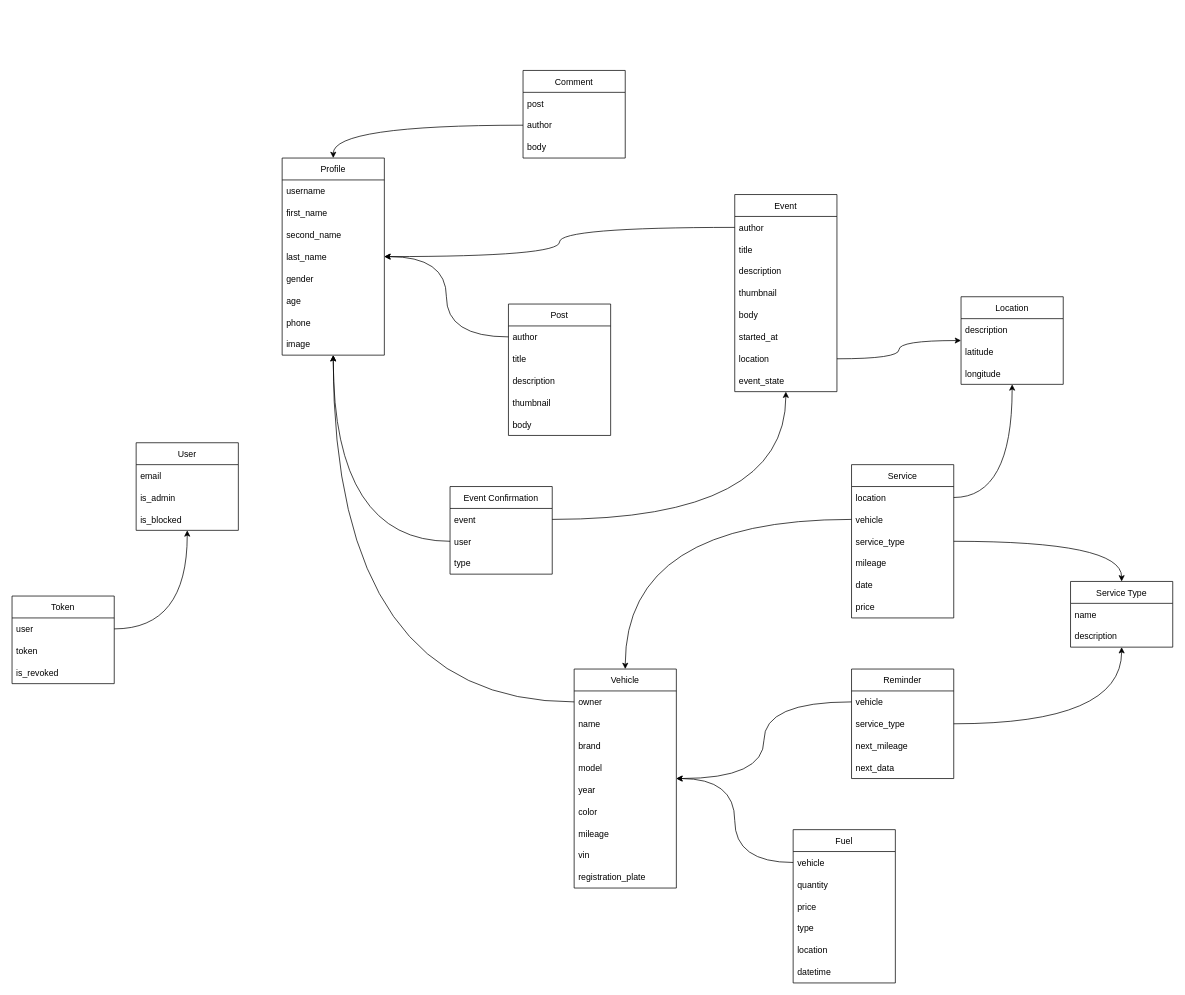
Above: page "domain models" (2 of 2) of schema.drawio in jadjer/mores (draw.io), before the change. Source tidied: cells renumbered, new cells numbered last; positions are measured from the earlier drawing's top-left corner, leaving out a move shared by most shapes. Both pictures are drawn from the tidied source at 73%, with x=0, y=0 at pixel (12, 70).
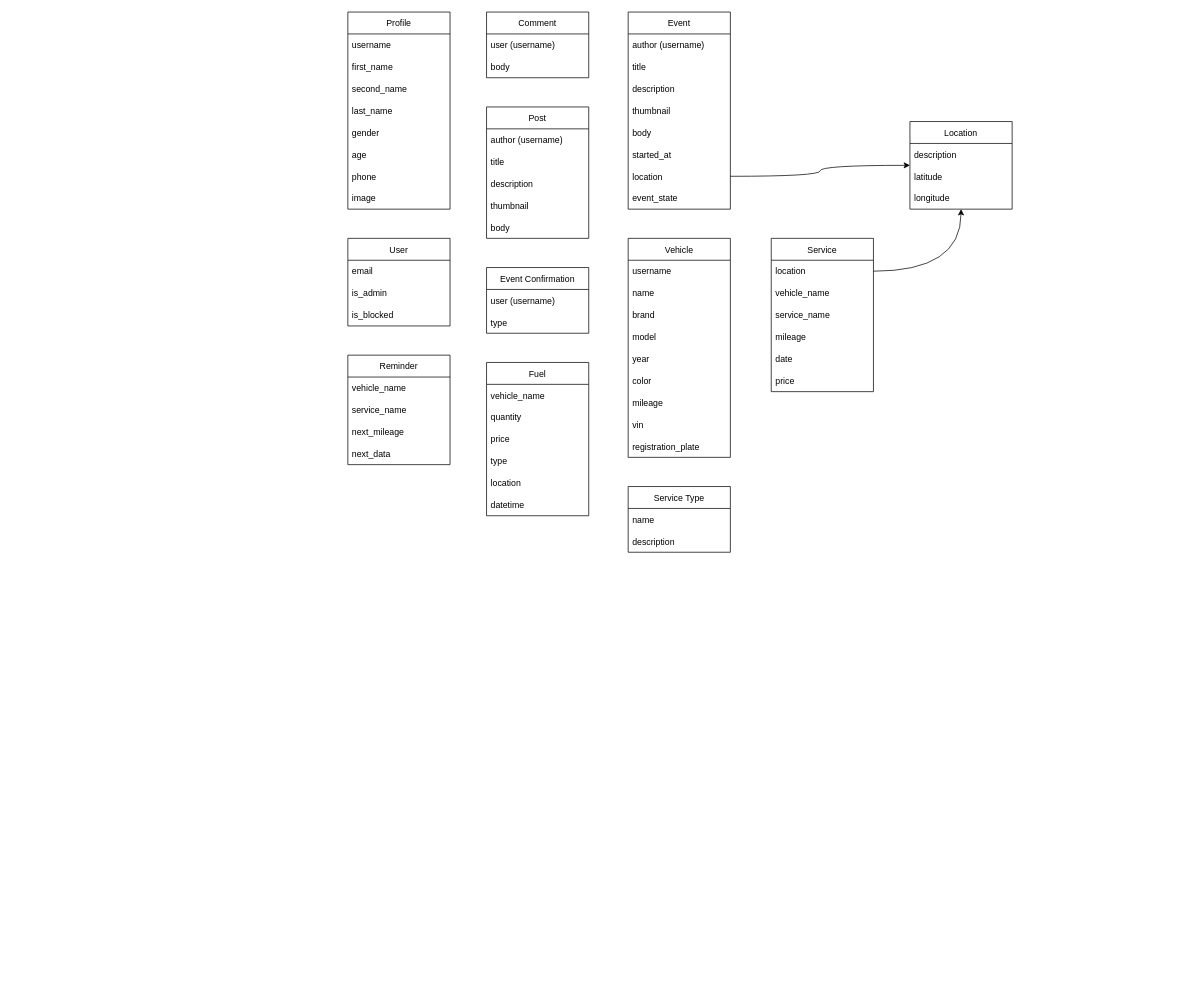
The same diagram, later.

The edit, as a diff of the source:
```diff
@@
     <mxCell id="2" value="User" style="swimlane;fontStyle=0;horizontal=1;startSize=30;" parent="1" vertex="1">
-      <mxGeometry x="170" y="510" width="140" height="120" as="geometry" />
+      <mxGeometry x="460" y="230" width="140" height="120" as="geometry" />
     </mxCell>
@@
     <mxCell id="6" value="Profile" style="swimlane;fontStyle=0;horizontal=1;startSize=30;" parent="1" vertex="1">
-      <mxGeometry x="370" y="120" width="140" height="270" as="geometry" />
+      <mxGeometry x="460" y="-80" width="140" height="270" as="geometry" />
     </mxCell>
@@
     <mxCell id="15" value="Comment" style="swimlane;fontStyle=0;horizontal=1;startSize=30;" parent="1" vertex="1">
-      <mxGeometry x="700" width="140" height="120" as="geometry" />
+      <mxGeometry x="650" y="-80" width="140" height="90" as="geometry" />
     </mxCell>
-    <mxCell id="16" value="post" style="text;strokeColor=none;fillColor=none;align=left;verticalAlign=middle;spacingLeft=4;spacingRight=4;overflow=hidden;" parent="15" vertex="1">
-      <mxGeometry y="30" width="140" height="30" as="geometry" />
-    </mxCell>
-    <mxCell id="17" value="author" style="text;strokeColor=none;fillColor=none;align=left;verticalAlign=middle;spacingLeft=4;spacingRight=4;overflow=hidden;points=[[0,0.5],[1,0.5]];portConstraint=eastwest;" parent="15" vertex="1">
-      <mxGeometry y="60" width="140" height="30" as="geometry" />
+    <mxCell id="17" value="user (username)" style="text;strokeColor=none;fillColor=none;align=left;verticalAlign=middle;spacingLeft=4;spacingRight=4;overflow=hidden;points=[[0,0.5],[1,0.5]];portConstraint=eastwest;" parent="15" vertex="1">
+      <mxGeometry y="30" width="140" height="30" as="geometry" />
     </mxCell>
     <mxCell id="18" value="body" style="text;strokeColor=none;fillColor=none;align=left;verticalAlign=middle;spacingLeft=4;spacingRight=4;overflow=hidden;" parent="15" vertex="1">
-      <mxGeometry y="90" width="140" height="30" as="geometry" />
+      <mxGeometry y="60" width="140" height="30" as="geometry" />
     </mxCell>
-    <mxCell id="19" style="edgeStyle=orthogonalEdgeStyle;rounded=0;jettySize=auto;html=1;curved=1;" parent="1" edge="1" source="17" target="6">
-      <mxGeometry relative="1" as="geometry" />
-    </mxCell>
     <mxCell id="20" value="Post" style="swimlane;fontStyle=0;horizontal=1;startSize=30;" parent="1" vertex="1">
-      <mxGeometry x="680" y="320" width="140" height="180" as="geometry" />
+      <mxGeometry x="650" y="50" width="140" height="180" as="geometry" />
     </mxCell>
-    <mxCell id="21" value="author" style="text;strokeColor=none;fillColor=none;align=left;verticalAlign=middle;spacingLeft=4;spacingRight=4;overflow=hidden;points=[[0,0.5],[1,0.5]];portConstraint=eastwest;" parent="20" vertex="1">
+    <mxCell id="21" value="author (username)" style="text;strokeColor=none;fillColor=none;align=left;verticalAlign=middle;spacingLeft=4;spacingRight=4;overflow=hidden;points=[[0,0.5],[1,0.5]];portConstraint=eastwest;" parent="20" vertex="1">
       <mxGeometry y="30" width="140" height="30" as="geometry" />
     </mxCell>
@@
-    <mxCell id="26" style="edgeStyle=orthogonalEdgeStyle;rounded=0;jettySize=auto;html=1;curved=1;" parent="1" edge="1" source="21" target="6">
-      <mxGeometry relative="1" as="geometry" />
-    </mxCell>
     <mxCell id="27" value="Event" style="swimlane;fontStyle=0;horizontal=1;startSize=30;" parent="1" vertex="1">
-      <mxGeometry x="990" y="170" width="140" height="270" as="geometry" />
+      <mxGeometry x="844" y="-80" width="140" height="270" as="geometry" />
     </mxCell>
-    <mxCell id="28" value="author" style="text;strokeColor=none;fillColor=none;align=left;verticalAlign=middle;spacingLeft=4;spacingRight=4;overflow=hidden;points=[[0,0.5],[1,0.5]];portConstraint=eastwest;" parent="27" vertex="1">
+    <mxCell id="28" value="author (username)" style="text;strokeColor=none;fillColor=none;align=left;verticalAlign=middle;spacingLeft=4;spacingRight=4;overflow=hidden;points=[[0,0.5],[1,0.5]];portConstraint=eastwest;" parent="27" vertex="1">
       <mxGeometry y="30" width="140" height="30" as="geometry" />
     </mxCell>
@@
-    <mxCell id="36" style="edgeStyle=orthogonalEdgeStyle;curved=1;rounded=0;jettySize=auto;html=1;" parent="1" edge="1" source="28" target="6">
-      <mxGeometry relative="1" as="geometry" />
-    </mxCell>
     <mxCell id="37" value="Location" style="swimlane;fontStyle=0;horizontal=1;startSize=30;" parent="1" vertex="1">
-      <mxGeometry x="1300" y="310" width="140" height="120" as="geometry" />
+      <mxGeometry x="1230" y="70" width="140" height="120" as="geometry" />
     </mxCell>
@@
     <mxCell id="42" value="Event Confirmation" style="swimlane;fontStyle=0;horizontal=1;startSize=30;" parent="1" vertex="1">
-      <mxGeometry x="600" y="570" width="140" height="120" as="geometry" />
+      <mxGeometry x="650" y="270" width="140" height="90" as="geometry" />
     </mxCell>
-    <mxCell id="43" value="event" style="text;strokeColor=none;fillColor=none;align=left;verticalAlign=middle;spacingLeft=4;spacingRight=4;overflow=hidden;points=[[0,0.5],[1,0.5]];portConstraint=eastwest;" parent="42" vertex="1">
-      <mxGeometry y="30" width="140" height="30" as="geometry" />
-    </mxCell>
-    <mxCell id="44" value="user" style="text;strokeColor=none;fillColor=none;align=left;verticalAlign=middle;spacingLeft=4;spacingRight=4;overflow=hidden;points=[[0,0.5],[1,0.5]];portConstraint=eastwest;" parent="42" vertex="1">
-      <mxGeometry y="60" width="140" height="30" as="geometry" />
+    <mxCell id="44" value="user (username)" style="text;strokeColor=none;fillColor=none;align=left;verticalAlign=middle;spacingLeft=4;spacingRight=4;overflow=hidden;points=[[0,0.5],[1,0.5]];portConstraint=eastwest;" parent="42" vertex="1">
+      <mxGeometry y="30" width="140" height="30" as="geometry" />
     </mxCell>
     <mxCell id="45" value="type" style="text;strokeColor=none;fillColor=none;align=left;verticalAlign=middle;spacingLeft=4;spacingRight=4;overflow=hidden;" parent="42" vertex="1">
-      <mxGeometry y="90" width="140" height="30" as="geometry" />
+      <mxGeometry y="60" width="140" height="30" as="geometry" />
     </mxCell>
-    <mxCell id="46" style="edgeStyle=orthogonalEdgeStyle;curved=1;rounded=0;jettySize=auto;html=1;" parent="1" edge="1" source="44" target="6">
-      <mxGeometry relative="1" as="geometry" />
-    </mxCell>
-    <mxCell id="47" style="edgeStyle=orthogonalEdgeStyle;curved=1;rounded=0;jettySize=auto;html=1;exitX=1;exitY=0.5;exitDx=0;exitDy=0;" parent="1" edge="1" source="43" target="27">
-      <mxGeometry relative="1" as="geometry" />
-    </mxCell>
     <mxCell id="48" value="Fuel" style="swimlane;fontStyle=0;horizontal=1;startSize=30;" parent="1" vertex="1">
-      <mxGeometry x="1070" y="1040" width="140" height="210" as="geometry" />
+      <mxGeometry x="650" y="400" width="140" height="210" as="geometry" />
     </mxCell>
-    <mxCell id="49" value="vehicle" style="text;strokeColor=none;fillColor=none;align=left;verticalAlign=middle;spacingLeft=4;spacingRight=4;overflow=hidden;points=[[0,0.5],[1,0.5]];portConstraint=eastwest;" parent="48" vertex="1">
+    <mxCell id="49" value="vehicle_name" style="text;strokeColor=none;fillColor=none;align=left;verticalAlign=middle;spacingLeft=4;spacingRight=4;overflow=hidden;points=[[0,0.5],[1,0.5]];portConstraint=eastwest;" parent="48" vertex="1">
       <mxGeometry y="30" width="140" height="30" as="geometry" />
     </mxCell>
@@
     <mxCell id="55" value="Vehicle" style="swimlane;fontStyle=0;horizontal=1;startSize=30;" parent="1" vertex="1">
-      <mxGeometry x="770" y="820" width="140" height="300" as="geometry" />
+      <mxGeometry x="844" y="230" width="140" height="300" as="geometry" />
     </mxCell>
-    <mxCell id="56" value="owner" style="text;strokeColor=none;fillColor=none;align=left;verticalAlign=middle;spacingLeft=4;spacingRight=4;overflow=hidden;points=[[0,0.5],[1,0.5]];portConstraint=eastwest;" parent="55" vertex="1">
+    <mxCell id="56" value="username" style="text;strokeColor=none;fillColor=none;align=left;verticalAlign=middle;spacingLeft=4;spacingRight=4;overflow=hidden;points=[[0,0.5],[1,0.5]];portConstraint=eastwest;" parent="55" vertex="1">
       <mxGeometry y="30" width="140" height="30" as="geometry" />
     </mxCell>
@@
-    <mxCell id="65" style="edgeStyle=orthogonalEdgeStyle;curved=1;rounded=0;jettySize=auto;html=1;" parent="1" edge="1" source="56" target="6">
-      <mxGeometry relative="1" as="geometry" />
-    </mxCell>
-    <mxCell id="66" style="edgeStyle=orthogonalEdgeStyle;curved=1;rounded=0;jettySize=auto;html=1;" parent="1" edge="1" source="49" target="55">
-      <mxGeometry relative="1" as="geometry" />
-    </mxCell>
     <mxCell id="67" value="Reminder" style="swimlane;fontStyle=0;horizontal=1;startSize=30;" parent="1" vertex="1">
-      <mxGeometry x="1150" y="820" width="140" height="150" as="geometry" />
+      <mxGeometry x="460" y="390" width="140" height="150" as="geometry" />
     </mxCell>
-    <mxCell id="68" value="vehicle" style="text;strokeColor=none;fillColor=none;align=left;verticalAlign=middle;spacingLeft=4;spacingRight=4;overflow=hidden;points=[[0,0.5],[1,0.5]];portConstraint=eastwest;" parent="67" vertex="1">
+    <mxCell id="68" value="vehicle_name" style="text;strokeColor=none;fillColor=none;align=left;verticalAlign=middle;spacingLeft=4;spacingRight=4;overflow=hidden;points=[[0,0.5],[1,0.5]];portConstraint=eastwest;" parent="67" vertex="1">
       <mxGeometry y="30" width="140" height="30" as="geometry" />
     </mxCell>
-    <mxCell id="69" value="service_type" style="text;strokeColor=none;fillColor=none;align=left;verticalAlign=middle;spacingLeft=4;spacingRight=4;overflow=hidden;points=[[0,0.5],[1,0.5]];portConstraint=eastwest;" parent="67" vertex="1">
+    <mxCell id="69" value="service_name" style="text;strokeColor=none;fillColor=none;align=left;verticalAlign=middle;spacingLeft=4;spacingRight=4;overflow=hidden;points=[[0,0.5],[1,0.5]];portConstraint=eastwest;" parent="67" vertex="1">
       <mxGeometry y="60" width="140" height="30" as="geometry" />
     </mxCell>
@@
-    <mxCell id="72" style="edgeStyle=orthogonalEdgeStyle;curved=1;rounded=0;jettySize=auto;html=1;" parent="1" edge="1" source="68" target="55">
-      <mxGeometry relative="1" as="geometry" />
-    </mxCell>
     <mxCell id="73" value="Service" style="swimlane;fontStyle=0;horizontal=1;startSize=30;" parent="1" vertex="1">
-      <mxGeometry x="1150" y="540" width="140" height="210" as="geometry" />
+      <mxGeometry x="1040" y="230" width="140" height="210" as="geometry" />
     </mxCell>
@@
-    <mxCell id="75" value="vehicle" style="text;strokeColor=none;fillColor=none;align=left;verticalAlign=middle;spacingLeft=4;spacingRight=4;overflow=hidden;points=[[0,0.5],[1,0.5]];portConstraint=eastwest;" parent="73" vertex="1">
+    <mxCell id="75" value="vehicle_name" style="text;strokeColor=none;fillColor=none;align=left;verticalAlign=middle;spacingLeft=4;spacingRight=4;overflow=hidden;points=[[0,0.5],[1,0.5]];portConstraint=eastwest;" parent="73" vertex="1">
       <mxGeometry y="60" width="140" height="30" as="geometry" />
     </mxCell>
-    <mxCell id="76" value="service_type" style="text;strokeColor=none;fillColor=none;align=left;verticalAlign=middle;spacingLeft=4;spacingRight=4;overflow=hidden;points=[[0,0.5],[1,0.5]];portConstraint=eastwest;" parent="73" vertex="1">
+    <mxCell id="76" value="service_name" style="text;strokeColor=none;fillColor=none;align=left;verticalAlign=middle;spacingLeft=4;spacingRight=4;overflow=hidden;points=[[0,0.5],[1,0.5]];portConstraint=eastwest;" parent="73" vertex="1">
       <mxGeometry y="90" width="140" height="30" as="geometry" />
     </mxCell>
@@
-    <mxCell id="80" style="edgeStyle=orthogonalEdgeStyle;curved=1;rounded=0;jettySize=auto;html=1;" parent="1" edge="1" source="75" target="55">
-      <mxGeometry relative="1" as="geometry" />
-    </mxCell>
@@
     <mxCell id="82" value="Service Type" style="swimlane;fontStyle=0;horizontal=1;startSize=30;" parent="1" vertex="1">
-      <mxGeometry x="1450" y="700" width="140" height="90" as="geometry" />
+      <mxGeometry x="844" y="570" width="140" height="90" as="geometry" />
     </mxCell>
@@
-    <mxCell id="85" style="edgeStyle=orthogonalEdgeStyle;curved=1;rounded=0;jettySize=auto;html=1;" parent="1" edge="1" source="76" target="82">
-      <mxGeometry relative="1" as="geometry" />
-    </mxCell>
-    <mxCell id="86" style="edgeStyle=orthogonalEdgeStyle;curved=1;rounded=0;jettySize=auto;html=1;" parent="1" edge="1" source="69" target="82">
-      <mxGeometry relative="1" as="geometry" />
-    </mxCell>
-    <mxCell id="87" value="Token" style="swimlane;fontStyle=0;horizontal=1;startSize=30;" parent="1" vertex="1">
-      <mxGeometry y="720" width="140" height="120" as="geometry" />
-    </mxCell>
-    <mxCell id="88" value="user" style="text;strokeColor=none;fillColor=none;align=left;verticalAlign=middle;spacingLeft=4;spacingRight=4;overflow=hidden;points=[[0,0.5],[1,0.5]];portConstraint=eastwest;" parent="87" vertex="1">
-      <mxGeometry y="30" width="140" height="30" as="geometry" />
-    </mxCell>
-    <mxCell id="89" value="token" style="text;strokeColor=none;fillColor=none;align=left;verticalAlign=middle;spacingLeft=4;spacingRight=4;overflow=hidden;" parent="87" vertex="1">
-      <mxGeometry y="60" width="140" height="30" as="geometry" />
-    </mxCell>
-    <mxCell id="90" value="is_revoked" style="text;strokeColor=none;fillColor=none;align=left;verticalAlign=middle;spacingLeft=4;spacingRight=4;overflow=hidden;" parent="87" vertex="1">
-      <mxGeometry y="90" width="140" height="30" as="geometry" />
-    </mxCell>
-    <mxCell id="91" style="edgeStyle=orthogonalEdgeStyle;curved=1;rounded=0;jettySize=auto;html=1;" parent="1" edge="1" source="88" target="2">
-      <mxGeometry relative="1" as="geometry" />
-    </mxCell>
```
